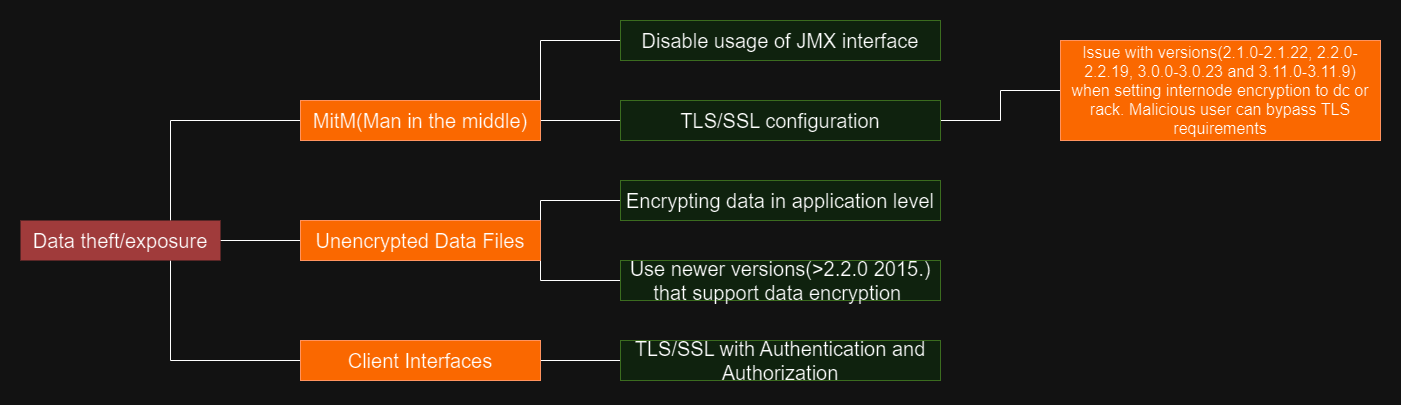
Before: 1. Database layer/cassandraDataTheft.png, a diagram exported from draw.io (Dragan2402/zoss-23-24). Source tidied: cells renumbered, new cells last; positions are measured from the earlier drawing's top-left corner, leaving out a move shared by most shapes. Source of this version:
```xml
<mxGraphModel>
  <root>
    <mxCell id="0" />
    <mxCell id="1" parent="0" />
    <mxCell id="2" style="edgeStyle=orthogonalEdgeStyle;rounded=0;jettySize=auto;html=1;exitX=0.75;exitY=0;exitDx=0;exitDy=0;entryX=0;entryY=0.5;entryDx=0;entryDy=0;endArrow=none;endFill=0;" parent="1" edge="1" source="5" target="8">
      <mxGeometry relative="1" as="geometry" />
    </mxCell>
    <mxCell id="3" style="edgeStyle=orthogonalEdgeStyle;rounded=0;jettySize=auto;html=1;exitX=0.75;exitY=1;exitDx=0;exitDy=0;entryX=0;entryY=0.5;entryDx=0;entryDy=0;endArrow=none;endFill=0;" parent="1" edge="1" source="5" target="13">
      <mxGeometry relative="1" as="geometry" />
    </mxCell>
    <mxCell id="4" style="edgeStyle=orthogonalEdgeStyle;rounded=0;jettySize=auto;html=1;exitX=1;exitY=0.5;exitDx=0;exitDy=0;entryX=0;entryY=0.5;entryDx=0;entryDy=0;endArrow=none;endFill=0;" parent="1" edge="1" source="5" target="11">
      <mxGeometry relative="1" as="geometry" />
    </mxCell>
    <mxCell id="5" value="&lt;font style=&quot;font-size: 20px;&quot;&gt;Data theft/exposure&lt;/font&gt;" style="rounded=0;whiteSpace=wrap;html=1;fillStyle=solid;fillColor=#FF9999;strokeColor=none;" parent="1" vertex="1">
      <mxGeometry y="200" width="200" height="40" as="geometry" />
    </mxCell>
    <mxCell id="6" style="edgeStyle=orthogonalEdgeStyle;rounded=0;jettySize=auto;html=1;exitX=1;exitY=0.5;exitDx=0;exitDy=0;entryX=0;entryY=0.5;entryDx=0;entryDy=0;endArrow=none;endFill=0;" parent="1" edge="1" source="8" target="17">
      <mxGeometry relative="1" as="geometry" />
    </mxCell>
    <mxCell id="7" style="edgeStyle=orthogonalEdgeStyle;rounded=0;jettySize=auto;html=1;exitX=1;exitY=0;exitDx=0;exitDy=0;entryX=0;entryY=0.5;entryDx=0;entryDy=0;endArrow=none;endFill=0;" parent="1" edge="1" source="8" target="18">
      <mxGeometry relative="1" as="geometry" />
    </mxCell>
    <mxCell id="8" value="&lt;font style=&quot;font-size: 20px;&quot;&gt;MitM(Man in the middle)&lt;/font&gt;" style="rounded=0;whiteSpace=wrap;html=1;fillStyle=solid;fillColor=#fa6800;strokeColor=#C73500;fontColor=#000000;" parent="1" vertex="1">
      <mxGeometry x="280" y="80" width="240" height="40" as="geometry" />
    </mxCell>
    <mxCell id="9" style="edgeStyle=orthogonalEdgeStyle;rounded=0;jettySize=auto;html=1;exitX=1;exitY=0;exitDx=0;exitDy=0;entryX=0;entryY=0.5;entryDx=0;entryDy=0;endArrow=none;endFill=0;" parent="1" edge="1" source="11" target="14">
      <mxGeometry relative="1" as="geometry" />
    </mxCell>
    <mxCell id="10" style="edgeStyle=orthogonalEdgeStyle;rounded=0;jettySize=auto;html=1;exitX=1;exitY=1;exitDx=0;exitDy=0;entryX=0;entryY=0.5;entryDx=0;entryDy=0;endArrow=none;endFill=0;" parent="1" edge="1" source="11" target="15">
      <mxGeometry relative="1" as="geometry" />
    </mxCell>
    <mxCell id="11" value="&lt;font style=&quot;font-size: 20px;&quot;&gt;Unencrypted Data Files&lt;/font&gt;" style="rounded=0;whiteSpace=wrap;html=1;fillStyle=solid;fillColor=#fa6800;strokeColor=#C73500;fontColor=#000000;" parent="1" vertex="1">
      <mxGeometry x="280" y="200" width="240" height="40" as="geometry" />
    </mxCell>
    <mxCell id="12" style="edgeStyle=orthogonalEdgeStyle;rounded=0;jettySize=auto;html=1;exitX=1;exitY=0.5;exitDx=0;exitDy=0;entryX=0;entryY=0.5;entryDx=0;entryDy=0;endArrow=none;endFill=0;" parent="1" edge="1" source="13" target="20">
      <mxGeometry relative="1" as="geometry" />
    </mxCell>
    <mxCell id="13" value="&lt;font style=&quot;font-size: 20px;&quot;&gt;Client Interfaces&lt;/font&gt;" style="rounded=0;whiteSpace=wrap;html=1;fillStyle=solid;fillColor=#fa6800;strokeColor=#C73500;fontColor=#000000;" parent="1" vertex="1">
      <mxGeometry x="280" y="320" width="240" height="40" as="geometry" />
    </mxCell>
    <mxCell id="14" value="&lt;span style=&quot;font-size: 20px;&quot;&gt;Encrypting data in application level&lt;/span&gt;" style="rounded=0;whiteSpace=wrap;html=1;fillStyle=solid;fillColor=#d5e8d4;strokeColor=#82b366;" parent="1" vertex="1">
      <mxGeometry x="600" y="160" width="320" height="40" as="geometry" />
    </mxCell>
    <mxCell id="15" value="&lt;span style=&quot;font-size: 20px;&quot;&gt;Use newer versions(&amp;gt;2.2.0 2015.) that support data encryption&amp;nbsp;&lt;/span&gt;" style="rounded=0;whiteSpace=wrap;html=1;fillStyle=solid;fillColor=#d5e8d4;strokeColor=#82b366;" parent="1" vertex="1">
      <mxGeometry x="600" y="240" width="320" height="40" as="geometry" />
    </mxCell>
    <mxCell id="16" style="edgeStyle=orthogonalEdgeStyle;rounded=0;jettySize=auto;html=1;exitX=1;exitY=0.5;exitDx=0;exitDy=0;entryX=0;entryY=0.5;entryDx=0;entryDy=0;endArrow=none;endFill=0;" parent="1" edge="1" source="17" target="19">
      <mxGeometry relative="1" as="geometry" />
    </mxCell>
    <mxCell id="17" value="&lt;span style=&quot;font-size: 20px;&quot;&gt;TLS/SSL configuration&lt;/span&gt;" style="rounded=0;whiteSpace=wrap;html=1;fillStyle=solid;fillColor=#d5e8d4;strokeColor=#82b366;" parent="1" vertex="1">
      <mxGeometry x="600" y="80" width="320" height="40" as="geometry" />
    </mxCell>
    <mxCell id="18" value="&lt;span style=&quot;font-size: 20px;&quot;&gt;Disable usage of JMX interface&lt;/span&gt;" style="rounded=0;whiteSpace=wrap;html=1;fillStyle=solid;fillColor=#d5e8d4;strokeColor=#82b366;" parent="1" vertex="1">
      <mxGeometry x="600" width="320" height="40" as="geometry" />
    </mxCell>
    <mxCell id="19" value="&lt;font style=&quot;font-size: 16px;&quot;&gt;&lt;font style=&quot;font-size: 16px;&quot;&gt;Issue with versions(&lt;/font&gt;2.1.0-2.1.22, 2.2.0-2.2.19, 3.0.0-3.0.23 and 3.11.0-3.11.9)&lt;br&gt;when setting internode encryption to dc or rack. Malicious user can bypass TLS requirements&lt;br&gt;&lt;/font&gt;" style="rounded=0;whiteSpace=wrap;html=1;fillStyle=solid;fillColor=#fa6800;strokeColor=#C73500;fontColor=#000000;" parent="1" vertex="1">
      <mxGeometry x="1040" y="20" width="320" height="100" as="geometry" />
    </mxCell>
    <mxCell id="20" value="&lt;font style=&quot;font-size: 20px;&quot;&gt;TLS/SSL with&amp;nbsp;Authentication and Authorization&lt;/font&gt;" style="rounded=0;whiteSpace=wrap;html=1;fillStyle=solid;fillColor=#d5e8d4;strokeColor=#82b366;" parent="1" vertex="1">
      <mxGeometry x="600" y="320" width="320" height="40" as="geometry" />
    </mxCell>
  </root>
</mxGraphModel>
```
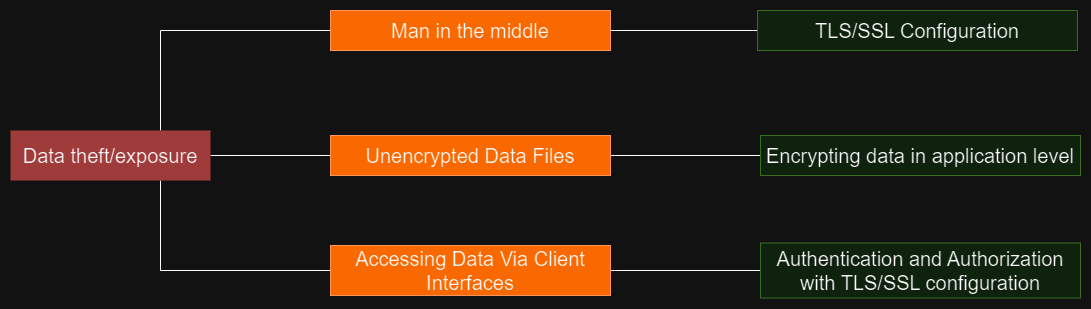
The same diagram one commit later.

Commit message:
Added explained cassandra attacks

Change to the diagram source:
```diff
@@ -2,62 +2,44 @@
   <root>
     <mxCell id="0" />
     <mxCell id="1" parent="0" />
-    <mxCell id="2" style="edgeStyle=orthogonalEdgeStyle;rounded=0;jettySize=auto;html=1;exitX=0.75;exitY=0;exitDx=0;exitDy=0;entryX=0;entryY=0.5;entryDx=0;entryDy=0;endArrow=none;endFill=0;" parent="1" edge="1" source="5" target="8">
-      <mxGeometry relative="1" as="geometry" />
-    </mxCell>
-    <mxCell id="3" style="edgeStyle=orthogonalEdgeStyle;rounded=0;jettySize=auto;html=1;exitX=0.75;exitY=1;exitDx=0;exitDy=0;entryX=0;entryY=0.5;entryDx=0;entryDy=0;endArrow=none;endFill=0;" parent="1" edge="1" source="5" target="13">
-      <mxGeometry relative="1" as="geometry" />
-    </mxCell>
-    <mxCell id="4" style="edgeStyle=orthogonalEdgeStyle;rounded=0;jettySize=auto;html=1;exitX=1;exitY=0.5;exitDx=0;exitDy=0;entryX=0;entryY=0.5;entryDx=0;entryDy=0;endArrow=none;endFill=0;" parent="1" edge="1" source="5" target="11">
-      <mxGeometry relative="1" as="geometry" />
-    </mxCell>
-    <mxCell id="5" value="&lt;font style=&quot;font-size: 20px;&quot;&gt;Data theft/exposure&lt;/font&gt;" style="rounded=0;whiteSpace=wrap;html=1;fillStyle=solid;fillColor=#FF9999;strokeColor=none;" parent="1" vertex="1">
-      <mxGeometry y="200" width="200" height="40" as="geometry" />
-    </mxCell>
-    <mxCell id="6" style="edgeStyle=orthogonalEdgeStyle;rounded=0;jettySize=auto;html=1;exitX=1;exitY=0.5;exitDx=0;exitDy=0;entryX=0;entryY=0.5;entryDx=0;entryDy=0;endArrow=none;endFill=0;" parent="1" edge="1" source="8" target="17">
-      <mxGeometry relative="1" as="geometry" />
-    </mxCell>
-    <mxCell id="7" style="edgeStyle=orthogonalEdgeStyle;rounded=0;jettySize=auto;html=1;exitX=1;exitY=0;exitDx=0;exitDy=0;entryX=0;entryY=0.5;entryDx=0;entryDy=0;endArrow=none;endFill=0;" parent="1" edge="1" source="8" target="18">
-      <mxGeometry relative="1" as="geometry" />
-    </mxCell>
+    <mxCell id="21" style="edgeStyle=orthogonalEdgeStyle;rounded=0;jettySize=auto;html=1;entryX=0.75;entryY=0;entryDx=0;entryDy=0;endArrow=none;endFill=0;" parent="1" edge="1" source="8" target="5">
+      <mxGeometry relative="1" as="geometry" />
+    </mxCell>
-    <mxCell id="8" value="&lt;font style=&quot;font-size: 20px;&quot;&gt;MitM(Man in the middle)&lt;/font&gt;" style="rounded=0;whiteSpace=wrap;html=1;fillStyle=solid;fillColor=#fa6800;strokeColor=#C73500;fontColor=#000000;" parent="1" vertex="1">
-      <mxGeometry x="280" y="80" width="240" height="40" as="geometry" />
+    <mxCell id="8" value="&lt;font style=&quot;font-size: 20px;&quot;&gt;Man in the middle&lt;/font&gt;" style="rounded=0;whiteSpace=wrap;html=1;fillStyle=solid;fillColor=#fa6800;strokeColor=#C73500;fontColor=#000000;" parent="1" vertex="1">
+      <mxGeometry x="280" y="75" width="280" height="40" as="geometry" />
     </mxCell>
-    <mxCell id="9" style="edgeStyle=orthogonalEdgeStyle;rounded=0;jettySize=auto;html=1;exitX=1;exitY=0;exitDx=0;exitDy=0;entryX=0;entryY=0.5;entryDx=0;entryDy=0;endArrow=none;endFill=0;" parent="1" edge="1" source="11" target="14">
-      <mxGeometry relative="1" as="geometry" />
-    </mxCell>
-    <mxCell id="10" style="edgeStyle=orthogonalEdgeStyle;rounded=0;jettySize=auto;html=1;exitX=1;exitY=1;exitDx=0;exitDy=0;entryX=0;entryY=0.5;entryDx=0;entryDy=0;endArrow=none;endFill=0;" parent="1" edge="1" source="11" target="15">
-      <mxGeometry relative="1" as="geometry" />
-    </mxCell>
+    <mxCell id="22" style="edgeStyle=orthogonalEdgeStyle;rounded=0;jettySize=auto;html=1;exitX=1;exitY=0.5;exitDx=0;exitDy=0;entryX=0;entryY=0.5;entryDx=0;entryDy=0;endArrow=none;endFill=0;" parent="1" edge="1" source="11" target="17">
+      <mxGeometry relative="1" as="geometry" />
+    </mxCell>
+    <mxCell id="23" style="edgeStyle=orthogonalEdgeStyle;rounded=0;jettySize=auto;html=1;exitX=0;exitY=0.5;exitDx=0;exitDy=0;entryX=1;entryY=0.5;entryDx=0;entryDy=0;endArrow=none;endFill=0;" parent="1" edge="1" source="11" target="5">
+      <mxGeometry relative="1" as="geometry" />
+    </mxCell>
     <mxCell id="11" value="&lt;font style=&quot;font-size: 20px;&quot;&gt;Unencrypted Data Files&lt;/font&gt;" style="rounded=0;whiteSpace=wrap;html=1;fillStyle=solid;fillColor=#fa6800;strokeColor=#C73500;fontColor=#000000;" parent="1" vertex="1">
-      <mxGeometry x="280" y="200" width="240" height="40" as="geometry" />
+      <mxGeometry x="280" y="200" width="280" height="40" as="geometry" />
     </mxCell>
-    <mxCell id="12" style="edgeStyle=orthogonalEdgeStyle;rounded=0;jettySize=auto;html=1;exitX=1;exitY=0.5;exitDx=0;exitDy=0;entryX=0;entryY=0.5;entryDx=0;entryDy=0;endArrow=none;endFill=0;" parent="1" edge="1" source="13" target="20">
-      <mxGeometry relative="1" as="geometry" />
-    </mxCell>
+    <mxCell id="24" style="edgeStyle=orthogonalEdgeStyle;rounded=0;jettySize=auto;html=1;exitX=1;exitY=0.5;exitDx=0;exitDy=0;entryX=0;entryY=0.5;entryDx=0;entryDy=0;endArrow=none;endFill=0;" parent="1" edge="1" source="13" target="15">
+      <mxGeometry relative="1" as="geometry" />
+    </mxCell>
+    <mxCell id="25" style="edgeStyle=orthogonalEdgeStyle;rounded=0;jettySize=auto;html=1;exitX=0;exitY=0.5;exitDx=0;exitDy=0;entryX=0.75;entryY=1;entryDx=0;entryDy=0;endArrow=none;endFill=0;" parent="1" edge="1" source="13" target="5">
+      <mxGeometry relative="1" as="geometry" />
+    </mxCell>
-    <mxCell id="13" value="&lt;font style=&quot;font-size: 20px;&quot;&gt;Client Interfaces&lt;/font&gt;" style="rounded=0;whiteSpace=wrap;html=1;fillStyle=solid;fillColor=#fa6800;strokeColor=#C73500;fontColor=#000000;" parent="1" vertex="1">
-      <mxGeometry x="280" y="320" width="240" height="40" as="geometry" />
+    <mxCell id="13" value="&lt;span style=&quot;font-size: 20px;&quot;&gt;Accessing Data Via Client Interfaces&lt;/span&gt;" style="rounded=0;whiteSpace=wrap;html=1;fillStyle=solid;fillColor=#fa6800;strokeColor=#C73500;fontColor=#000000;" parent="1" vertex="1">
+      <mxGeometry x="280" y="310" width="280" height="50" as="geometry" />
     </mxCell>
+    <mxCell id="26" style="edgeStyle=orthogonalEdgeStyle;rounded=0;jettySize=auto;html=1;exitX=0;exitY=0.5;exitDx=0;exitDy=0;entryX=1;entryY=0.5;entryDx=0;entryDy=0;endArrow=none;endFill=0;" parent="1" edge="1" source="14" target="8">
+      <mxGeometry relative="1" as="geometry" />
+    </mxCell>
-    <mxCell id="14" value="&lt;span style=&quot;font-size: 20px;&quot;&gt;Encrypting data in application level&lt;/span&gt;" style="rounded=0;whiteSpace=wrap;html=1;fillStyle=solid;fillColor=#d5e8d4;strokeColor=#82b366;" parent="1" vertex="1">
-      <mxGeometry x="600" y="160" width="320" height="40" as="geometry" />
+    <mxCell id="14" value="&lt;span style=&quot;font-size: 20px;&quot;&gt;TLS/SSL Configuration&lt;/span&gt;" style="rounded=0;whiteSpace=wrap;html=1;fillStyle=solid;fillColor=#d5e8d4;strokeColor=#82b366;" parent="1" vertex="1">
+      <mxGeometry x="707" y="75" width="320" height="40" as="geometry" />
     </mxCell>
-    <mxCell id="15" value="&lt;span style=&quot;font-size: 20px;&quot;&gt;Use newer versions(&amp;gt;2.2.0 2015.) that support data encryption&amp;nbsp;&lt;/span&gt;" style="rounded=0;whiteSpace=wrap;html=1;fillStyle=solid;fillColor=#d5e8d4;strokeColor=#82b366;" parent="1" vertex="1">
-      <mxGeometry x="600" y="240" width="320" height="40" as="geometry" />
+    <mxCell id="15" value="&lt;span style=&quot;font-size: 20px;&quot;&gt;Authentication and Authorization with TLS/SSL configuration&lt;/span&gt;" style="rounded=0;whiteSpace=wrap;html=1;fillStyle=solid;fillColor=#d5e8d4;strokeColor=#82b366;" parent="1" vertex="1">
+      <mxGeometry x="710" y="307.5" width="320" height="55" as="geometry" />
     </mxCell>
-    <mxCell id="16" style="edgeStyle=orthogonalEdgeStyle;rounded=0;jettySize=auto;html=1;exitX=1;exitY=0.5;exitDx=0;exitDy=0;entryX=0;entryY=0.5;entryDx=0;entryDy=0;endArrow=none;endFill=0;" parent="1" edge="1" source="17" target="19">
-      <mxGeometry relative="1" as="geometry" />
-    </mxCell>
-    <mxCell id="17" value="&lt;span style=&quot;font-size: 20px;&quot;&gt;TLS/SSL configuration&lt;/span&gt;" style="rounded=0;whiteSpace=wrap;html=1;fillStyle=solid;fillColor=#d5e8d4;strokeColor=#82b366;" parent="1" vertex="1">
-      <mxGeometry x="600" y="80" width="320" height="40" as="geometry" />
+    <mxCell id="17" value="&lt;span style=&quot;font-size: 20px;&quot;&gt;Encrypting data in application level&lt;/span&gt;" style="rounded=0;whiteSpace=wrap;html=1;fillStyle=solid;fillColor=#d5e8d4;strokeColor=#82b366;" parent="1" vertex="1">
+      <mxGeometry x="710" y="200" width="320" height="40" as="geometry" />
     </mxCell>
-    <mxCell id="18" value="&lt;span style=&quot;font-size: 20px;&quot;&gt;Disable usage of JMX interface&lt;/span&gt;" style="rounded=0;whiteSpace=wrap;html=1;fillStyle=solid;fillColor=#d5e8d4;strokeColor=#82b366;" parent="1" vertex="1">
-      <mxGeometry x="600" width="320" height="40" as="geometry" />
-    </mxCell>
-    <mxCell id="19" value="&lt;font style=&quot;font-size: 16px;&quot;&gt;&lt;font style=&quot;font-size: 16px;&quot;&gt;Issue with versions(&lt;/font&gt;2.1.0-2.1.22, 2.2.0-2.2.19, 3.0.0-3.0.23 and 3.11.0-3.11.9)&lt;br&gt;when setting internode encryption to dc or rack. Malicious user can bypass TLS requirements&lt;br&gt;&lt;/font&gt;" style="rounded=0;whiteSpace=wrap;html=1;fillStyle=solid;fillColor=#fa6800;strokeColor=#C73500;fontColor=#000000;" parent="1" vertex="1">
-      <mxGeometry x="1040" y="20" width="320" height="100" as="geometry" />
-    </mxCell>
-    <mxCell id="20" value="&lt;font style=&quot;font-size: 20px;&quot;&gt;TLS/SSL with&amp;nbsp;Authentication and Authorization&lt;/font&gt;" style="rounded=0;whiteSpace=wrap;html=1;fillStyle=solid;fillColor=#d5e8d4;strokeColor=#82b366;" parent="1" vertex="1">
-      <mxGeometry x="600" y="320" width="320" height="40" as="geometry" />
-    </mxCell>
+    <mxCell id="5" value="&lt;font style=&quot;font-size: 20px;&quot;&gt;Data theft/exposure&lt;/font&gt;" style="rounded=0;whiteSpace=wrap;html=1;fillStyle=solid;fillColor=#FF9999;strokeColor=none;" parent="1" vertex="1">
+      <mxGeometry x="-40" y="195" width="200" height="50" as="geometry" />
+    </mxCell>
   </root>
 </mxGraphModel>
```
